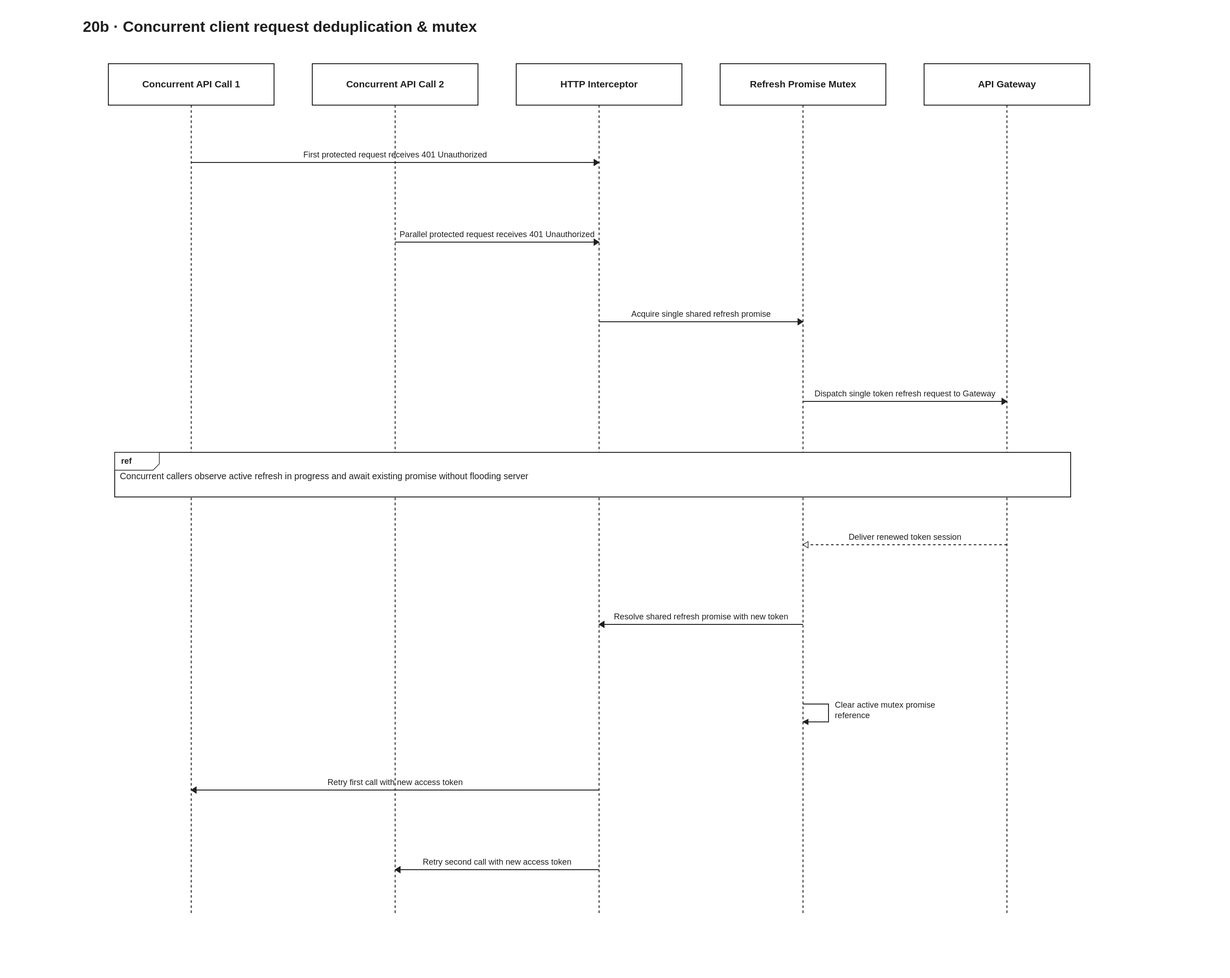
Above: docs/diagrams/velora-current/importable-svg/20b-auth-refresh-deduplication.drawio.svg in HieuCuteDangYeu/velora-backend (draw.io), before the change. Source tidied: cells renumbered, new cells last; positions are measured from the earlier drawing's top-left corner, leaving out a move shared by most shapes.
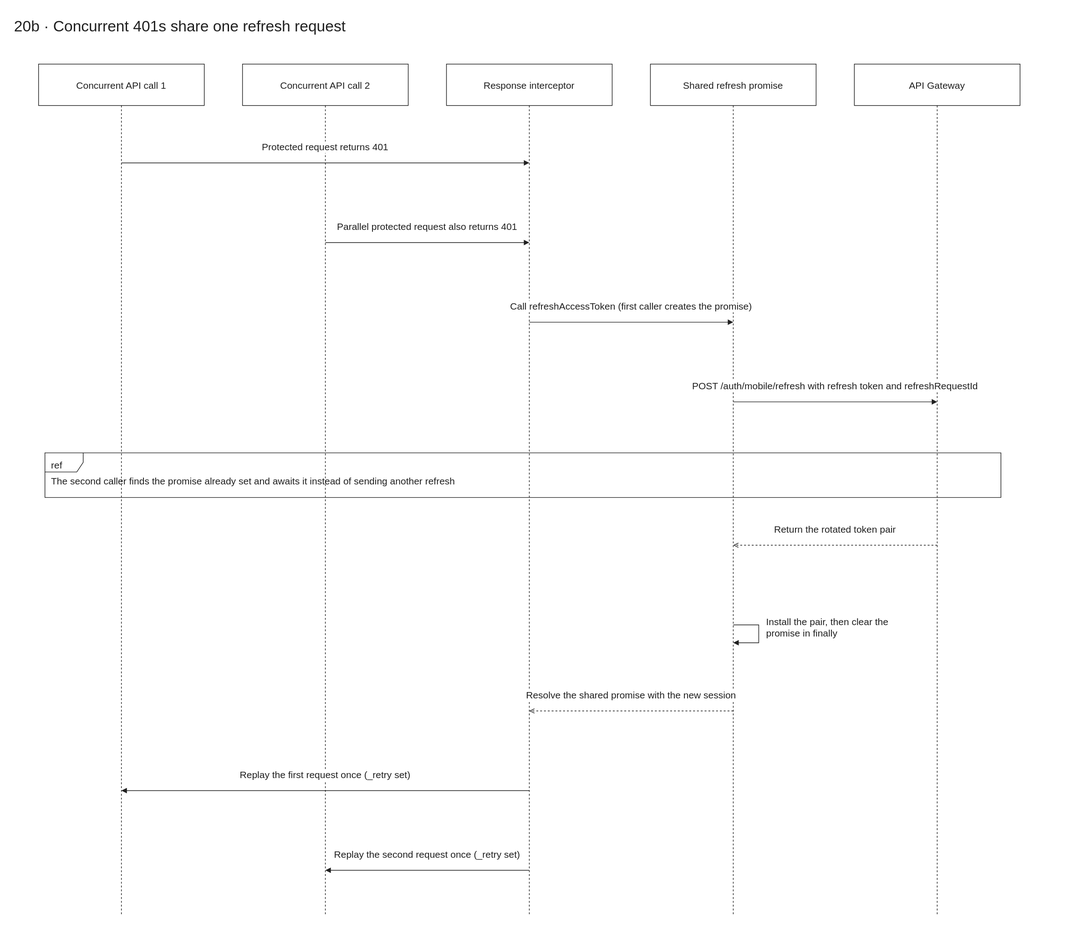
After the change.

The edit, as a diff of the source:
```diff
@@ -32,46 +32,46 @@
         <mxPoint x="170" y="1415" as="targetPoint" />
       </mxGeometry>
     </mxCell>
-    <mxCell id="7" value="20b · Concurrent client request deduplication &amp;amp; mutex" style="html=1;fontFamily=Arial;fontSize=15;fontColor=light-dark(#202020,#eeeeee);strokeColor=light-dark(#202020,#eeeeee);text;fontSize=24;align=left;strokeColor=none;fillColor=none;" parent="1" vertex="1">
+    <mxCell id="7" value="20b · Concurrent 401s share one refresh request" style="html=1;fontFamily=Arial;fontSize=15;fontColor=light-dark(#202020,#eeeeee);strokeColor=light-dark(#202020,#eeeeee);text;fontSize=24;align=left;strokeColor=none;fillColor=none;" parent="1" vertex="1">
       <mxGeometry width="1610" height="50" as="geometry" />
     </mxCell>
-    <mxCell id="8" value="Concurrent API Call 1" style="html=1;fontFamily=Arial;fontSize=15;fontColor=light-dark(#202020,#eeeeee);strokeColor=light-dark(#202020,#eeeeee);rounded=0;fillColor=#ffffff;whiteSpace=wrap;align=center;verticalAlign=middle;" parent="1" vertex="1">
+    <mxCell id="8" value="Concurrent API call 1" style="html=1;fontFamily=Arial;fontSize=15;fontColor=light-dark(#202020,#eeeeee);strokeColor=light-dark(#202020,#eeeeee);rounded=0;fillColor=#ffffff;whiteSpace=wrap;align=center;verticalAlign=middle;" parent="1" vertex="1">
       <mxGeometry x="40" y="80" width="260" height="65" as="geometry" />
     </mxCell>
-    <mxCell id="9" value="Concurrent API Call 2" style="html=1;fontFamily=Arial;fontSize=15;fontColor=light-dark(#202020,#eeeeee);strokeColor=light-dark(#202020,#eeeeee);rounded=0;fillColor=#ffffff;whiteSpace=wrap;align=center;verticalAlign=middle;" parent="1" vertex="1">
+    <mxCell id="9" value="Concurrent API call 2" style="html=1;fontFamily=Arial;fontSize=15;fontColor=light-dark(#202020,#eeeeee);strokeColor=light-dark(#202020,#eeeeee);rounded=0;fillColor=#ffffff;whiteSpace=wrap;align=center;verticalAlign=middle;" parent="1" vertex="1">
       <mxGeometry x="360" y="80" width="260" height="65" as="geometry" />
     </mxCell>
-    <mxCell id="10" value="HTTP Interceptor" style="html=1;fontFamily=Arial;fontSize=15;fontColor=light-dark(#202020,#eeeeee);strokeColor=light-dark(#202020,#eeeeee);rounded=0;fillColor=#ffffff;whiteSpace=wrap;align=center;verticalAlign=middle;" parent="1" vertex="1">
+    <mxCell id="10" value="Response interceptor" style="html=1;fontFamily=Arial;fontSize=15;fontColor=light-dark(#202020,#eeeeee);strokeColor=light-dark(#202020,#eeeeee);rounded=0;fillColor=#ffffff;whiteSpace=wrap;align=center;verticalAlign=middle;" parent="1" vertex="1">
       <mxGeometry x="680" y="80" width="260" height="65" as="geometry" />
     </mxCell>
-    <mxCell id="11" value="Refresh Promise Mutex" style="html=1;fontFamily=Arial;fontSize=15;fontColor=light-dark(#202020,#eeeeee);strokeColor=light-dark(#202020,#eeeeee);rounded=0;fillColor=#ffffff;whiteSpace=wrap;align=center;verticalAlign=middle;" parent="1" vertex="1">
+    <mxCell id="11" value="Shared refresh promise" style="html=1;fontFamily=Arial;fontSize=15;fontColor=light-dark(#202020,#eeeeee);strokeColor=light-dark(#202020,#eeeeee);rounded=0;fillColor=#ffffff;whiteSpace=wrap;align=center;verticalAlign=middle;" parent="1" vertex="1">
       <mxGeometry x="1000" y="80" width="260" height="65" as="geometry" />
     </mxCell>
     <mxCell id="12" value="API Gateway" style="html=1;fontFamily=Arial;fontSize=15;fontColor=light-dark(#202020,#eeeeee);strokeColor=light-dark(#202020,#eeeeee);rounded=0;fillColor=#ffffff;whiteSpace=wrap;align=center;verticalAlign=middle;" parent="1" vertex="1">
       <mxGeometry x="1320" y="80" width="260" height="65" as="geometry" />
     </mxCell>
-    <mxCell id="13" value="First protected request receives 401 Unauthorized" style="html=1;fontFamily=Arial;fontSize=15;fontColor=light-dark(#202020,#eeeeee);strokeColor=light-dark(#202020,#eeeeee);endArrow=block;endFill=1;labelBackgroundColor=#ffffff;labelWidth=550;whiteSpace=wrap;align=center;" parent="1" edge="1">
+    <mxCell id="13" value="Protected request returns 401" style="html=1;fontFamily=Arial;fontSize=15;fontColor=light-dark(#202020,#eeeeee);strokeColor=light-dark(#202020,#eeeeee);endArrow=block;endFill=1;labelBackgroundColor=#ffffff;labelWidth=550;whiteSpace=wrap;align=center;" parent="1" edge="1">
       <mxGeometry relative="1" as="geometry">
         <mxPoint x="170" y="235" as="sourcePoint" />
         <mxPoint x="810" y="235" as="targetPoint" />
         <mxPoint y="-25" as="offset" />
       </mxGeometry>
     </mxCell>
-    <mxCell id="14" value="Parallel protected request receives 401 Unauthorized" style="html=1;fontFamily=Arial;fontSize=15;fontColor=light-dark(#202020,#eeeeee);strokeColor=light-dark(#202020,#eeeeee);endArrow=block;endFill=1;labelBackgroundColor=#ffffff;labelWidth=550;whiteSpace=wrap;align=center;" parent="1" edge="1">
+    <mxCell id="14" value="Parallel protected request also returns 401" style="html=1;fontFamily=Arial;fontSize=15;fontColor=light-dark(#202020,#eeeeee);strokeColor=light-dark(#202020,#eeeeee);endArrow=block;endFill=1;labelBackgroundColor=#ffffff;labelWidth=550;whiteSpace=wrap;align=center;" parent="1" edge="1">
       <mxGeometry relative="1" as="geometry">
         <mxPoint x="490" y="360" as="sourcePoint" />
         <mxPoint x="810" y="360" as="targetPoint" />
         <mxPoint y="-25" as="offset" />
       </mxGeometry>
     </mxCell>
-    <mxCell id="15" value="Acquire single shared refresh promise" style="html=1;fontFamily=Arial;fontSize=15;fontColor=light-dark(#202020,#eeeeee);strokeColor=light-dark(#202020,#eeeeee);endArrow=block;endFill=1;labelBackgroundColor=#ffffff;labelWidth=550;whiteSpace=wrap;align=center;" parent="1" edge="1">
+    <mxCell id="15" value="Call refreshAccessToken (first caller creates the promise)" style="html=1;fontFamily=Arial;fontSize=15;fontColor=light-dark(#202020,#eeeeee);strokeColor=light-dark(#202020,#eeeeee);endArrow=block;endFill=1;labelBackgroundColor=#ffffff;labelWidth=550;whiteSpace=wrap;align=center;" parent="1" edge="1">
       <mxGeometry relative="1" as="geometry">
         <mxPoint x="810" y="485" as="sourcePoint" />
         <mxPoint x="1130" y="485" as="targetPoint" />
         <mxPoint y="-25" as="offset" />
       </mxGeometry>
     </mxCell>
-    <mxCell id="16" value="Dispatch single token refresh request to Gateway" style="html=1;fontFamily=Arial;fontSize=15;fontColor=light-dark(#202020,#eeeeee);strokeColor=light-dark(#202020,#eeeeee);endArrow=block;endFill=1;labelBackgroundColor=#ffffff;labelWidth=550;whiteSpace=wrap;align=center;" parent="1" edge="1">
+    <mxCell id="16" value="POST /auth/mobile/refresh with refresh token and refreshRequestId" style="html=1;fontFamily=Arial;fontSize=15;fontColor=light-dark(#202020,#eeeeee);strokeColor=light-dark(#202020,#eeeeee);endArrow=block;endFill=1;labelBackgroundColor=#ffffff;labelWidth=550;whiteSpace=wrap;align=center;" parent="1" edge="1">
       <mxGeometry relative="1" as="geometry">
         <mxPoint x="1130" y="610" as="sourcePoint" />
         <mxPoint x="1450" y="610" as="targetPoint" />
@@ -81,38 +81,42 @@
     <mxCell id="17" value="ref" style="html=1;fontFamily=Arial;fontSize=15;fontColor=light-dark(#202020,#eeeeee);strokeColor=light-dark(#202020,#eeeeee);shape=umlFrame;fillColor=light-dark(#ffffff,#181818);align=left;verticalAlign=top;spacingLeft=8;spacingTop=4;" parent="1" vertex="1">
       <mxGeometry x="50" y="690" width="1500" height="70" as="geometry" />
     </mxCell>
-    <mxCell id="18" value="Concurrent callers observe active refresh in progress and await existing promise without flooding server" style="html=1;fontFamily=Arial;fontSize=15;fontColor=light-dark(#202020,#eeeeee);strokeColor=light-dark(#202020,#eeeeee);text;whiteSpace=wrap;align=left;verticalAlign=middle;strokeColor=none;fillColor=none;" parent="1" vertex="1">
+    <mxCell id="18" value="The second caller finds the promise already set and awaits it instead of sending another refresh" style="html=1;fontFamily=Arial;fontSize=15;fontColor=light-dark(#202020,#eeeeee);strokeColor=light-dark(#202020,#eeeeee);text;whiteSpace=wrap;align=left;verticalAlign=middle;strokeColor=none;fillColor=none;" parent="1" vertex="1">
       <mxGeometry x="58" y="712" width="1480" height="44" as="geometry" />
     </mxCell>
-    <mxCell id="19" value="Deliver renewed token session" style="html=1;fontFamily=Arial;fontSize=15;fontColor=light-dark(#202020,#eeeeee);strokeColor=light-dark(#202020,#eeeeee);endArrow=open;dashed=1;labelBackgroundColor=#ffffff;labelWidth=550;whiteSpace=wrap;align=center;" parent="1" edge="1">
+    <mxCell id="19" value="Return the rotated token pair" style="html=1;fontFamily=Arial;fontSize=15;fontColor=light-dark(#202020,#eeeeee);strokeColor=light-dark(#202020,#eeeeee);endArrow=open;dashed=1;labelBackgroundColor=#ffffff;labelWidth=550;whiteSpace=wrap;align=center;" parent="1" edge="1">
       <mxGeometry relative="1" as="geometry">
         <mxPoint x="1450" y="835" as="sourcePoint" />
         <mxPoint x="1130" y="835" as="targetPoint" />
         <mxPoint y="-25" as="offset" />
       </mxGeometry>
     </mxCell>
-    <mxCell id="20" value="Resolve shared refresh promise with new token" style="html=1;fontFamily=Arial;fontSize=15;fontColor=light-dark(#202020,#eeeeee);strokeColor=light-dark(#202020,#eeeeee);endArrow=block;endFill=1;labelBackgroundColor=#ffffff;labelWidth=550;whiteSpace=wrap;align=center;" parent="1" edge="1">
+    <mxCell id="20" value="Install the pair, then clear the promise in finally" style="html=1;fontFamily=Arial;fontSize=15;fontColor=light-dark(#202020,#eeeeee);strokeColor=light-dark(#202020,#eeeeee);endArrow=block;endFill=1;edgeStyle=orthogonalEdgeStyle;curved=0;rounded=0;orthogonalLoop=1;jettySize=auto;labelBackgroundColor=#ffffff;labelWidth=240;whiteSpace=wrap;align=left;" parent="1" edge="1">
       <mxGeometry relative="1" as="geometry">
         <mxPoint x="1130" y="960" as="sourcePoint" />
-        <mxPoint x="810" y="960" as="targetPoint" />
-        <mxPoint y="-25" as="offset" />
+        <mxPoint x="1130" y="988" as="targetPoint" />
+        <Array as="points">
+          <mxPoint x="1170" y="960" />
+          <mxPoint x="1170" y="988" />
+        </Array>
+        <mxPoint x="10" y="-10" as="offset" />
       </mxGeometry>
     </mxCell>
-    <mxCell id="21" value="Clear active mutex promise reference" style="html=1;fontFamily=Arial;fontSize=15;fontColor=light-dark(#202020,#eeeeee);strokeColor=light-dark(#202020,#eeeeee);endArrow=block;endFill=1;edgeStyle=orthogonalEdgeStyle;curved=0;rounded=0;orthogonalLoop=1;jettySize=auto;labelBackgroundColor=#ffffff;labelWidth=240;whiteSpace=wrap;align=left;" parent="1" edge="1">
+    <mxCell id="21" value="Resolve the shared promise with the new session" style="html=1;fontFamily=Arial;fontSize=15;fontColor=light-dark(#202020,#eeeeee);strokeColor=light-dark(#202020,#eeeeee);endArrow=open;dashed=1;labelBackgroundColor=#ffffff;labelWidth=550;whiteSpace=wrap;align=center;" parent="1" edge="1">
       <mxGeometry relative="1" as="geometry">
-        <mxPoint x="1130" y="1085" as="sourcePoint" />
-        <mxPoint x="1130" y="1113" as="targetPoint" />
-        <mxPoint x="10" y="-10" as="offset" />
+        <mxPoint x="1130" y="1095" as="sourcePoint" />
+        <mxPoint x="810" y="1095" as="targetPoint" />
+        <mxPoint y="-25" as="offset" />
       </mxGeometry>
     </mxCell>
-    <mxCell id="22" value="Retry first call with new access token" style="html=1;fontFamily=Arial;fontSize=15;fontColor=light-dark(#202020,#eeeeee);strokeColor=light-dark(#202020,#eeeeee);endArrow=block;endFill=1;labelBackgroundColor=#ffffff;labelWidth=550;whiteSpace=wrap;align=center;" parent="1" edge="1">
+    <mxCell id="22" value="Replay the first request once (_retry set)" style="html=1;fontFamily=Arial;fontSize=15;fontColor=light-dark(#202020,#eeeeee);strokeColor=light-dark(#202020,#eeeeee);endArrow=block;endFill=1;labelBackgroundColor=#ffffff;labelWidth=550;whiteSpace=wrap;align=center;" parent="1" edge="1">
       <mxGeometry relative="1" as="geometry">
         <mxPoint x="810" y="1220" as="sourcePoint" />
         <mxPoint x="170" y="1220" as="targetPoint" />
         <mxPoint y="-25" as="offset" />
       </mxGeometry>
     </mxCell>
-    <mxCell id="23" value="Retry second call with new access token" style="html=1;fontFamily=Arial;fontSize=15;fontColor=light-dark(#202020,#eeeeee);strokeColor=light-dark(#202020,#eeeeee);endArrow=block;endFill=1;labelBackgroundColor=#ffffff;labelWidth=550;whiteSpace=wrap;align=center;" parent="1" edge="1">
+    <mxCell id="23" value="Replay the second request once (_retry set)" style="html=1;fontFamily=Arial;fontSize=15;fontColor=light-dark(#202020,#eeeeee);strokeColor=light-dark(#202020,#eeeeee);endArrow=block;endFill=1;labelBackgroundColor=#ffffff;labelWidth=550;whiteSpace=wrap;align=center;" parent="1" edge="1">
       <mxGeometry relative="1" as="geometry">
         <mxPoint x="810" y="1345" as="sourcePoint" />
         <mxPoint x="490" y="1345" as="targetPoint" />
```
